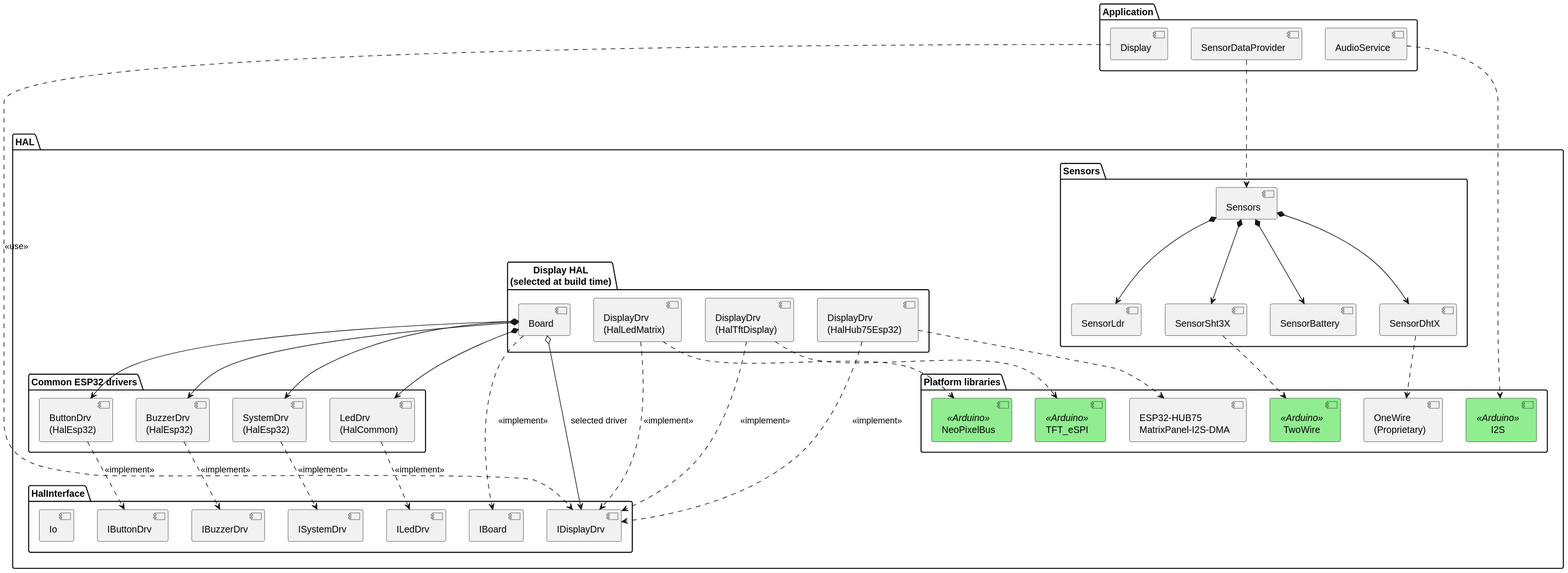
This is doc/architecture/svg/hal_layer.svg from BlueAndi/Pixelix, a PlantUML export, as it was before one commit.
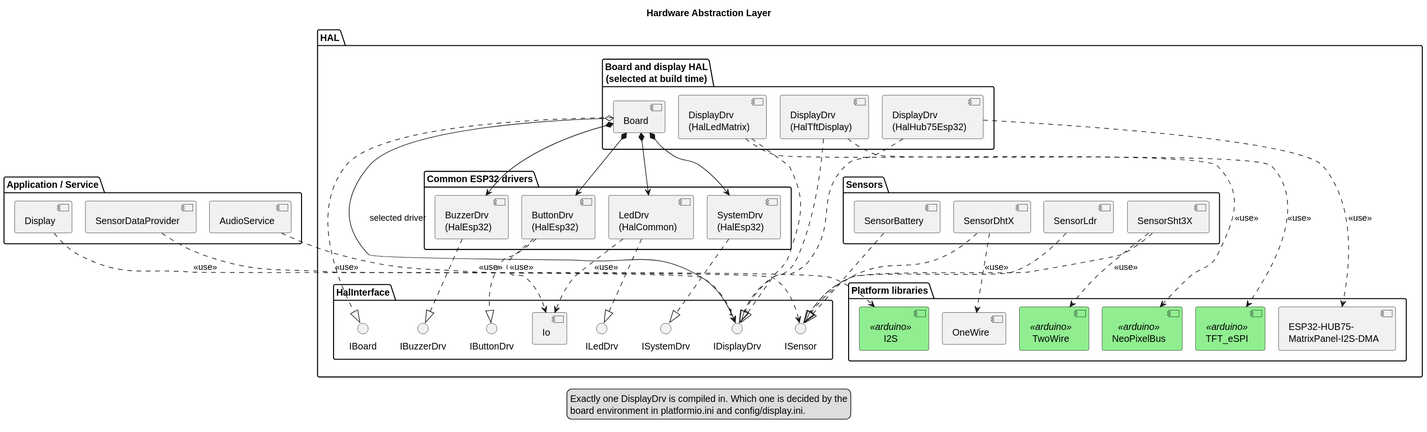
Above is the later version.

Change to the diagram source:
```diff
@@ -1,84 +1,107 @@
 @startuml
-skinparam component {
-    BackgroundColor<<Arduino>> Lightgreen
+title Hardware Abstraction Layer
+
+
+skinparam nodesep 20
+skinparam ranksep 40
+
+<style>
+component {
+    .arduino {
+        BackGroundColor Lightgreen
+    }
 }
+</style>
 
-package "Application" as appPkg {
+package "Application / Service" as userPckg {
     component "Display" as display
     component "SensorDataProvider" as sensorDataProvider
     component "AudioService" as audioService
 }
 
-package "HAL" as halPkg {
+package "HAL" as halPckg {
 
-    package "HalInterface" as halInterfacePkg {
-        component "IBoard" as iBoard
-        component "IDisplayDrv" as iDisplayDrv
-        component "IButtonDrv" as iButtonDrv
-        component "IBuzzerDrv" as iBuzzerDrv
-        component "ILedDrv" as iLedDrv
-        component "ISystemDrv" as iSystemDrv
+    package "HalInterface" as halInterfacePckg {
+        interface "IBoard" as iBoard
+        interface "IDisplayDrv" as iDisplayDrv
+        interface "IButtonDrv" as iButtonDrv
+        interface "IBuzzerDrv" as iBuzzerDrv
+        interface "ILedDrv" as iLedDrv
+        interface "ISystemDrv" as iSystemDrv
+        interface "ISensor" as iSensor
         component "Io" as io
     }
 
-    package "Common ESP32 drivers" as commonDriversPkg {
+    package "Common ESP32 drivers" as commonDriversPckg {
         component "ButtonDrv\n(HalEsp32)" as buttonDrv
         component "BuzzerDrv\n(HalEsp32)" as buzzerDrv
         component "SystemDrv\n(HalEsp32)" as systemDrv
         component "LedDrv\n(HalCommon)" as ledDrv
     }
 
-    package "Display HAL\n(selected at build time)" as displayHalPkg {
+    package "Board and display HAL\n(selected at build time)" as displayHalPckg {
         component "Board" as board
         component "DisplayDrv\n(HalLedMatrix)" as ledMatrixDisplayDrv
         component "DisplayDrv\n(HalHub75Esp32)" as hub75DisplayDrv
         component "DisplayDrv\n(HalTftDisplay)" as tftDisplayDrv
     }
 
-    package "Sensors" as sensorsPkg {
-        component "Sensors" as sensors
+    package "Sensors" as sensorsPckg {
         component "SensorBattery" as sensorBattery
         component "SensorDhtX" as sensorDhtX
         component "SensorLdr" as sensorLdr
         component "SensorSht3X" as sensorSht3X
     }
 
-    package "Platform libraries" as platformPkg {
-        component "NeoPixelBus" <<Arduino>> as neoPixelBus
-        component "ESP32-HUB75\nMatrixPanel-I2S-DMA" as hub75Library
-        component "TFT_eSPI" <<Arduino>> as tftEsPi
-        component "TwoWire" <<Arduino>> as twoWire
-        component "OneWire\n(Proprietary)" as oneWire
-        component "I2S" <<Arduino>> as i2s
+    package "Platform libraries" as platformPckg {
+        component "NeoPixelBus" <<arduino>> as neoPixelBus
+        component "ESP32-HUB75-\nMatrixPanel-I2S-DMA" as hub75Library
+        component "TFT_eSPI" <<arduino>> as tftEsPi
+        component "TwoWire" <<arduino>> as twoWire
+        component "OneWire" as oneWire
+        component "I2S" <<arduino>> as i2s
     }
+}
 
-    board ..> iBoard: <<implement>>
-    board *--> buttonDrv
-    board *--> buzzerDrv
-    board *--> systemDrv
-    board *--> ledDrv
-    board o--> iDisplayDrv: selected driver
 
-    buttonDrv ..> iButtonDrv: <<implement>>
-    buzzerDrv ..> iBuzzerDrv: <<implement>>
-    systemDrv ..> iSystemDrv: <<implement>>
-    ledDrv ..> iLedDrv: <<implement>>
-    ledMatrixDisplayDrv ..> iDisplayDrv: <<implement>>
-    hub75DisplayDrv ..> iDisplayDrv: <<implement>>
-    tftDisplayDrv ..> iDisplayDrv: <<implement>>
-    ledMatrixDisplayDrv ..> neoPixelBus
-    hub75DisplayDrv ..> hub75Library
-    tftDisplayDrv ..> tftEsPi
+board ..|> iBoard
 
-    sensorDataProvider ..> sensors
-    sensors *--> sensorBattery
-    sensors *--> sensorDhtX
-    sensors *--> sensorLdr
-    sensors *--> sensorSht3X
-    sensorSht3X ..> twoWire
-    sensorDhtX ..> oneWire
+buttonDrv ..|> iButtonDrv
+buzzerDrv ..|> iBuzzerDrv
+systemDrv ..|> iSystemDrv
+ledDrv ..|> iLedDrv
 
-    display ..> iDisplayDrv: <<use>>
-    audioService .....> i2s
-}
+ledMatrixDisplayDrv ..|> iDisplayDrv
+hub75DisplayDrv ..|> iDisplayDrv
+tftDisplayDrv ..|> iDisplayDrv
+
+sensorBattery ..|> iSensor
+sensorDhtX ..|> iSensor
+sensorLdr ..|> iSensor
+sensorSht3X ..|> iSensor
+
+
+board *--> buttonDrv
+board *--> buzzerDrv
+board *--> systemDrv
+board *--> ledDrv
+board o--> "1" iDisplayDrv: selected driver
+
+
+display ..> iDisplayDrv: <<use>>
+sensorDataProvider ..> iSensor: <<use>>
+audioService ..> i2s: <<use>>
+
+ledMatrixDisplayDrv ..> neoPixelBus: <<use>>
+hub75DisplayDrv ..> hub75Library: <<use>>
+tftDisplayDrv ..> tftEsPi: <<use>>
+sensorSht3X ..> twoWire: <<use>>
+sensorDhtX ..> oneWire: <<use>>
+buttonDrv ..> io: <<use>>
+ledDrv ..> io: <<use>>
+
+legend bottom
+    Exactly one DisplayDrv is compiled in. Which one is decided by the
+    board environment in platformio.ini and config/display.ini.
+endlegend
 @enduml
```
